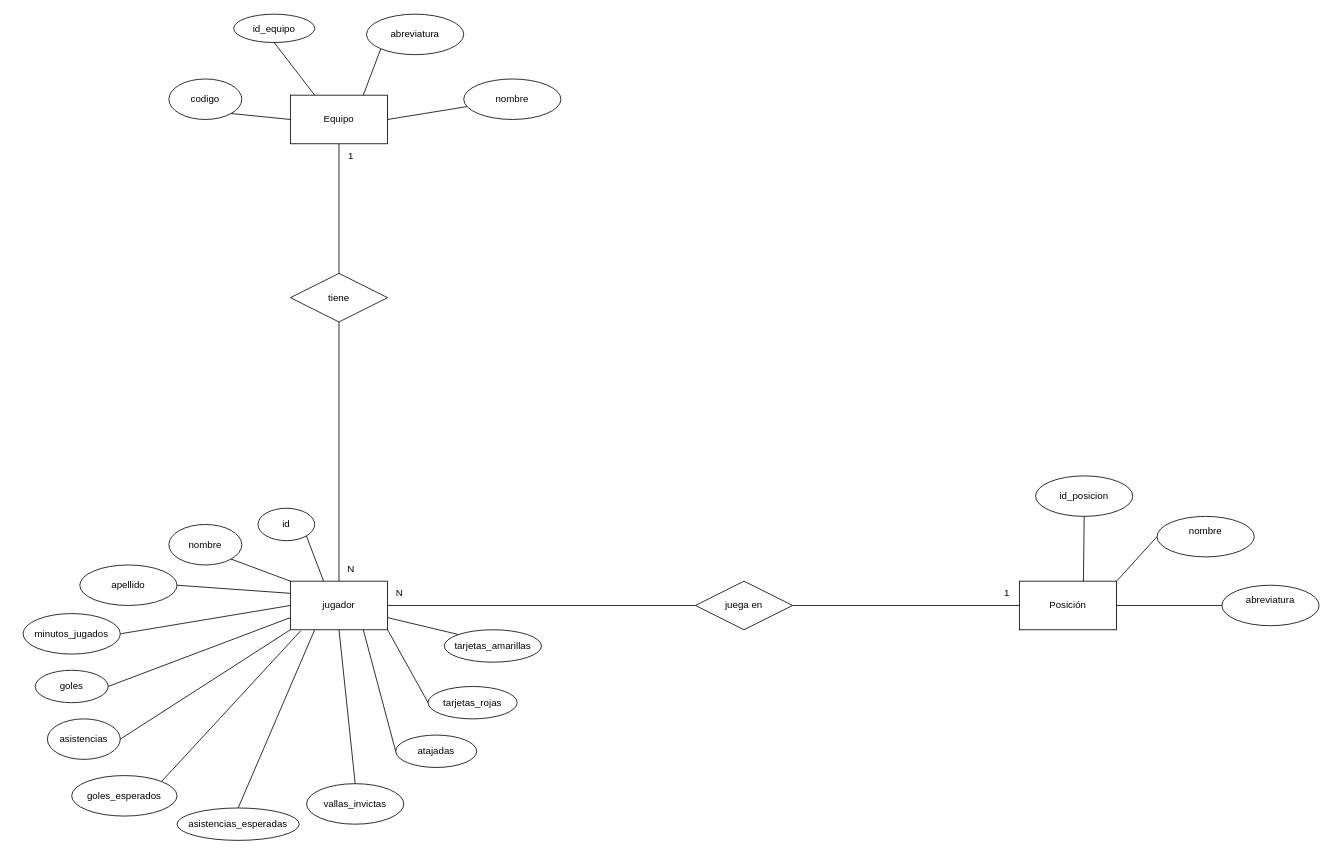
NachoParedes/premier-league-analytics keeps this draw.io diagram as design/mer-premier-league-analytics.drawio. Above is the earlier version. Source tidied: cells renumbered, new cells numbered last; positions are measured from the earlier drawing's top-left corner, leaving out a move shared by most shapes. Both pictures are drawn from the tidied source at 81%, with x=0, y=0 at pixel (23, 14).
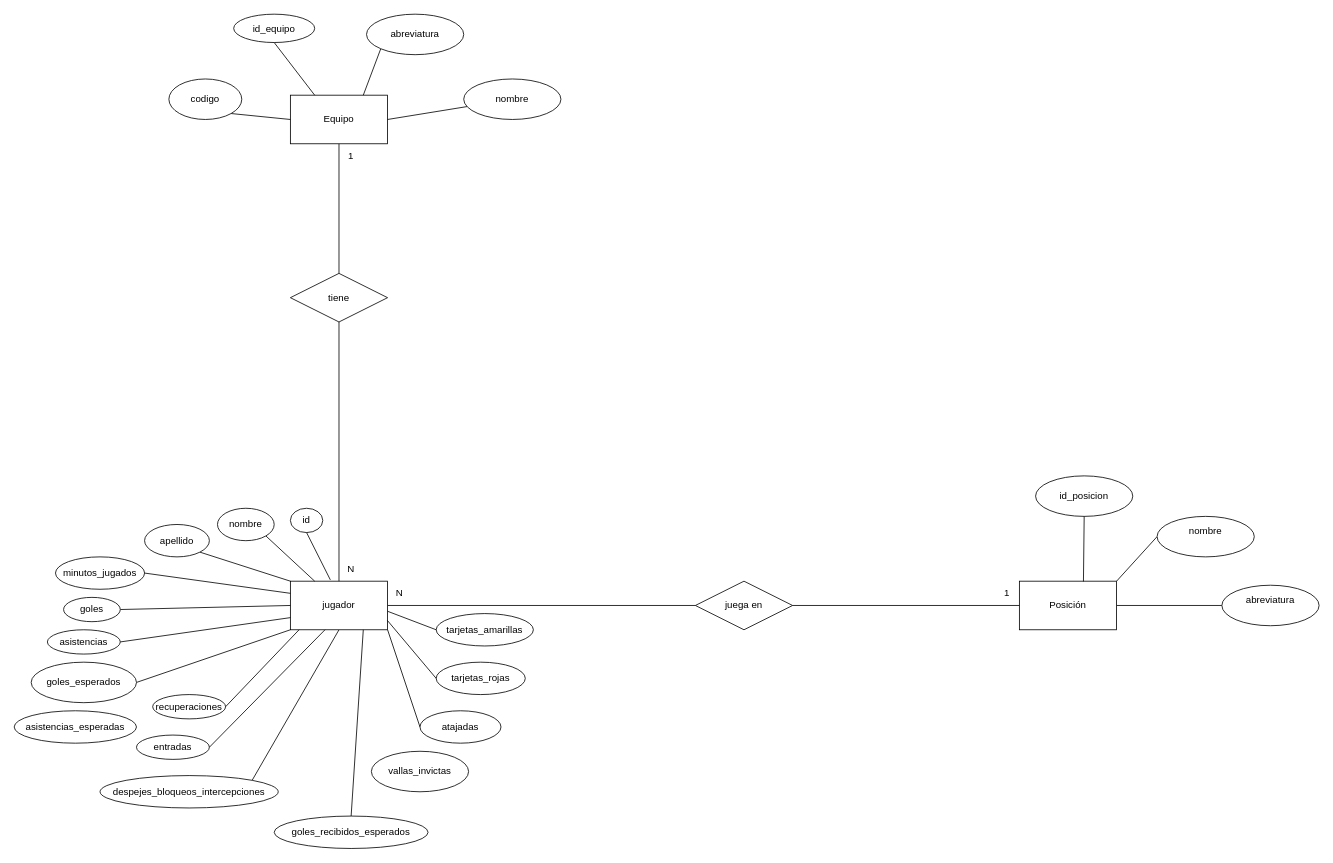
Above is the later version.

The change refers to these unchanged cells:
```xml
<mxCell id="6" value="jugador" style="rounded=0;whiteSpace=wrap;html=1;" parent="1" vertex="1">
  <mxGeometry x="330" y="700" width="120" height="60" as="geometry" />
</mxCell>
```

Change to the diagram source:
```diff
@@
-    <mxCell id="4" style="rounded=0;jettySize=auto;html=1;exitX=0.25;exitY=1;exitDx=0;exitDy=0;entryX=0.5;entryY=0;entryDx=0;entryDy=0;endArrow=none;endFill=0;" parent="1" edge="1" source="6" target="40">
-      <mxGeometry relative="1" as="geometry" />
-    </mxCell>
@@
+    <mxCell id="53" style="rounded=0;jettySize=auto;html=1;exitX=0.5;exitY=1;exitDx=0;exitDy=0;entryX=1;entryY=0;entryDx=0;entryDy=0;endArrow=none;endFill=0;" parent="1" edge="1" source="6" target="56">
+      <mxGeometry relative="1" as="geometry" />
+    </mxCell>
@@
     <mxCell id="28" value="id" style="ellipse;whiteSpace=wrap;html=1;shapeInside=1;" parent="1" vertex="1">
-      <mxGeometry x="290" y="610" width="70" height="40" as="geometry" />
+      <mxGeometry x="330" y="610" width="40" height="30" as="geometry" />
     </mxCell>
-    <mxCell id="29" style="rounded=0;jettySize=auto;html=1;exitX=1;exitY=1;exitDx=0;exitDy=0;entryX=0;entryY=0;entryDx=0;entryDy=0;endArrow=none;endFill=0;" parent="1" edge="1" source="30" target="6">
+    <mxCell id="29" style="rounded=0;jettySize=auto;html=1;exitX=1;exitY=1;exitDx=0;exitDy=0;entryX=0.25;entryY=0;entryDx=0;entryDy=0;endArrow=none;endFill=0;" parent="1" edge="1" source="30" target="6">
       <mxGeometry relative="1" as="geometry" />
     </mxCell>
     <mxCell id="30" value="nombre" style="ellipse;whiteSpace=wrap;html=1;shapeInside=1;" parent="1" vertex="1">
-      <mxGeometry x="180" y="630" width="90" height="50" as="geometry" />
+      <mxGeometry x="240" y="610" width="70" height="40" as="geometry" />
     </mxCell>
-    <mxCell id="31" style="rounded=0;jettySize=auto;html=1;exitX=1;exitY=0.5;exitDx=0;exitDy=0;entryX=0;entryY=0.75;entryDx=0;entryDy=0;endArrow=none;endFill=0;" parent="1" edge="1" source="32" target="6">
+    <mxCell id="31" style="rounded=0;jettySize=auto;html=1;exitX=1;exitY=0.5;exitDx=0;exitDy=0;entryX=0;entryY=0.5;entryDx=0;entryDy=0;endArrow=none;endFill=0;" parent="1" edge="1" source="32" target="6">
       <mxGeometry relative="1" as="geometry" />
     </mxCell>
     <mxCell id="32" value="goles" style="ellipse;whiteSpace=wrap;html=1;shapeInside=1;" parent="1" vertex="1">
-      <mxGeometry x="15" y="810" width="90" height="40" as="geometry" />
+      <mxGeometry x="50" y="720" width="70" height="30" as="geometry" />
     </mxCell>
-    <mxCell id="33" style="rounded=0;jettySize=auto;html=1;exitX=1;exitY=0.5;exitDx=0;exitDy=0;entryX=0;entryY=1;entryDx=0;entryDy=0;endArrow=none;endFill=0;" parent="1" edge="1" source="34" target="6">
+    <mxCell id="33" style="rounded=0;jettySize=auto;html=1;exitX=1;exitY=0.5;exitDx=0;exitDy=0;entryX=0;entryY=0.75;entryDx=0;entryDy=0;endArrow=none;endFill=0;" parent="1" edge="1" source="34" target="6">
       <mxGeometry relative="1" as="geometry" />
     </mxCell>
     <mxCell id="34" value="asistencias" style="ellipse;whiteSpace=wrap;html=1;shapeInside=1;" parent="1" vertex="1">
-      <mxGeometry x="30" y="870" width="90" height="50" as="geometry" />
+      <mxGeometry x="30" y="760" width="90" height="30" as="geometry" />
     </mxCell>
+    <mxCell id="50" style="rounded=0;jettySize=auto;html=1;exitX=1;exitY=0.5;exitDx=0;exitDy=0;entryX=0;entryY=1;entryDx=0;entryDy=0;endArrow=none;endFill=0;" parent="1" edge="1" source="35" target="6">
+      <mxGeometry relative="1" as="geometry" />
+    </mxCell>
     <mxCell id="35" value="goles_esperados" style="ellipse;whiteSpace=wrap;html=1;shapeInside=1;" parent="1" vertex="1">
-      <mxGeometry x="60" y="940" width="130" height="50" as="geometry" />
+      <mxGeometry x="10" y="800" width="130" height="50" as="geometry" />
     </mxCell>
-    <mxCell id="36" style="rounded=0;jettySize=auto;html=1;exitX=0;exitY=0;exitDx=0;exitDy=0;entryX=1;entryY=0.75;entryDx=0;entryDy=0;endArrow=none;endFill=0;" parent="1" edge="1" source="37" target="6">
-      <mxGeometry relative="1" as="geometry" />
-    </mxCell>
     <mxCell id="37" value="&lt;div&gt;tarjetas_amarillas&lt;/div&gt;" style="ellipse;whiteSpace=wrap;html=1;shapeInside=1;" parent="1" vertex="1">
-      <mxGeometry x="520" y="760" width="120" height="40" as="geometry" />
+      <mxGeometry x="510" y="740" width="120" height="40" as="geometry" />
     </mxCell>
-    <mxCell id="38" style="rounded=0;jettySize=auto;html=1;exitX=0;exitY=0.5;exitDx=0;exitDy=0;entryX=1;entryY=1;entryDx=0;entryDy=0;endArrow=none;endFill=0;" parent="1" edge="1" source="39" target="6">
-      <mxGeometry relative="1" as="geometry" />
-    </mxCell>
     <mxCell id="39" value="tarjetas_rojas" style="ellipse;whiteSpace=wrap;html=1;shapeInside=1;" parent="1" vertex="1">
-      <mxGeometry x="500" y="830" width="110" height="40" as="geometry" />
+      <mxGeometry x="510" y="800" width="110" height="40" as="geometry" />
     </mxCell>
     <mxCell id="40" value="asistencias_esperadas" style="ellipse;whiteSpace=wrap;html=1;shapeInside=1;" parent="1" vertex="1">
-      <mxGeometry x="190" y="980" width="151" height="40" as="geometry" />
+      <mxGeometry x="-11" y="860" width="151" height="40" as="geometry" />
     </mxCell>
-    <mxCell id="41" style="rounded=0;jettySize=auto;html=1;exitX=0.5;exitY=0;exitDx=0;exitDy=0;entryX=0.5;entryY=1;entryDx=0;entryDy=0;endArrow=none;endFill=0;" parent="1" edge="1" source="42" target="6">
-      <mxGeometry relative="1" as="geometry" />
-    </mxCell>
     <mxCell id="42" value="vallas_invictas" style="ellipse;whiteSpace=wrap;html=1;shapeInside=1;" parent="1" vertex="1">
-      <mxGeometry x="350" y="950" width="120" height="50" as="geometry" />
+      <mxGeometry x="430" y="910" width="120" height="50" as="geometry" />
     </mxCell>
-    <mxCell id="43" style="rounded=0;jettySize=auto;html=1;exitX=0;exitY=0.5;exitDx=0;exitDy=0;entryX=0.75;entryY=1;entryDx=0;entryDy=0;endArrow=none;endFill=0;" parent="1" edge="1" source="44" target="6">
+    <mxCell id="43" style="rounded=0;jettySize=auto;html=1;exitX=0;exitY=0.5;exitDx=0;exitDy=0;entryX=1;entryY=1;entryDx=0;entryDy=0;endArrow=none;endFill=0;" parent="1" edge="1" source="44" target="6">
       <mxGeometry relative="1" as="geometry" />
     </mxCell>
     <mxCell id="44" value="&lt;div&gt;atajadas&lt;/div&gt;" style="ellipse;whiteSpace=wrap;html=1;shapeInside=1;" parent="1" vertex="1">
-      <mxGeometry x="460" y="890" width="100" height="40" as="geometry" />
+      <mxGeometry x="490" y="860" width="100" height="40" as="geometry" />
     </mxCell>
-    <mxCell id="45" style="rounded=0;jettySize=auto;html=1;exitX=1;exitY=0.5;exitDx=0;exitDy=0;entryX=0;entryY=0.5;entryDx=0;entryDy=0;endArrow=none;endFill=0;" parent="1" edge="1" source="46" target="6">
+    <mxCell id="45" style="rounded=0;jettySize=auto;html=1;exitX=1;exitY=0.5;exitDx=0;exitDy=0;entryX=0;entryY=0.25;entryDx=0;entryDy=0;endArrow=none;endFill=0;" parent="1" edge="1" source="46" target="6">
       <mxGeometry relative="1" as="geometry" />
     </mxCell>
     <mxCell id="46" value="minutos_jugados" style="ellipse;whiteSpace=wrap;html=1;shapeInside=1;" parent="1" vertex="1">
-      <mxGeometry y="740" width="120" height="50" as="geometry" />
+      <mxGeometry x="40" y="670" width="110" height="40" as="geometry" />
     </mxCell>
-    <mxCell id="47" style="rounded=0;jettySize=auto;html=1;exitX=1;exitY=0.5;exitDx=0;exitDy=0;entryX=0;entryY=0.25;entryDx=0;entryDy=0;endArrow=none;endFill=0;" parent="1" edge="1" source="48" target="6">
+    <mxCell id="47" style="rounded=0;jettySize=auto;html=1;exitX=1;exitY=1;exitDx=0;exitDy=0;entryX=0;entryY=0;entryDx=0;entryDy=0;endArrow=none;endFill=0;" parent="1" edge="1" source="48" target="6">
       <mxGeometry relative="1" as="geometry" />
     </mxCell>
     <mxCell id="48" value="apellido" style="ellipse;whiteSpace=wrap;html=1;shapeInside=1;" parent="1" vertex="1">
-      <mxGeometry x="70" y="680" width="120" height="50" as="geometry" />
+      <mxGeometry x="150" y="630" width="80" height="40" as="geometry" />
     </mxCell>
-    <mxCell id="49" style="rounded=0;jettySize=auto;html=1;exitX=1;exitY=1;exitDx=0;exitDy=0;entryX=0.342;entryY=0;entryDx=0;entryDy=0;entryPerimeter=0;endArrow=none;endFill=0;" parent="1" edge="1" source="28" target="6">
-      <mxGeometry relative="1" as="geometry" />
-    </mxCell>
-    <mxCell id="50" style="rounded=0;jettySize=auto;html=1;exitX=1;exitY=0;exitDx=0;exitDy=0;entryX=0.108;entryY=1.017;entryDx=0;entryDy=0;entryPerimeter=0;endArrow=none;endFill=0;" parent="1" edge="1" source="35" target="6">
-      <mxGeometry relative="1" as="geometry" />
-    </mxCell>
@@
+    <mxCell id="54" value="recuperaciones" style="ellipse;whiteSpace=wrap;html=1;shapeInside=1;" parent="1" vertex="1">
+      <mxGeometry x="160" y="840" width="90" height="30" as="geometry" />
+    </mxCell>
+    <mxCell id="55" value="entradas" style="ellipse;whiteSpace=wrap;html=1;shapeInside=1;" parent="1" vertex="1">
+      <mxGeometry x="140" y="890" width="90" height="30" as="geometry" />
+    </mxCell>
+    <mxCell id="56" value="despejes_bloqueos_intercepciones" style="ellipse;whiteSpace=wrap;html=1;shapeInside=1;" parent="1" vertex="1">
+      <mxGeometry x="95" y="940" width="220" height="40" as="geometry" />
+    </mxCell>
+    <mxCell id="57" style="rounded=0;jettySize=auto;html=1;exitX=0.5;exitY=0;exitDx=0;exitDy=0;entryX=0.75;entryY=1;entryDx=0;entryDy=0;endArrow=none;endFill=0;" parent="1" edge="1" source="58" target="6">
+      <mxGeometry relative="1" as="geometry" />
+    </mxCell>
+    <mxCell id="58" value="goles_recibidos_esperados" style="ellipse;whiteSpace=wrap;html=1;shapeInside=1;" parent="1" vertex="1">
+      <mxGeometry x="310" y="990" width="190" height="40" as="geometry" />
+    </mxCell>
+    <mxCell id="49" style="rounded=0;jettySize=auto;html=1;exitX=0.5;exitY=1;exitDx=0;exitDy=0;entryX=0.411;entryY=-0.027;entryDx=0;entryDy=0;entryPerimeter=0;endArrow=none;endFill=0;" parent="1" edge="1" source="28" target="6">
+      <mxGeometry relative="1" as="geometry" />
+    </mxCell>
+    <mxCell id="36" style="rounded=0;jettySize=auto;html=1;exitX=0;exitY=0.5;exitDx=0;exitDy=0;entryX=1.002;entryY=0.621;entryDx=0;entryDy=0;entryPerimeter=0;endArrow=none;endFill=0;" parent="1" edge="1" source="37" target="6">
+      <mxGeometry relative="1" as="geometry" />
+    </mxCell>
+    <mxCell id="38" style="rounded=0;jettySize=auto;html=1;exitX=0;exitY=0.5;exitDx=0;exitDy=0;entryX=0.998;entryY=0.808;entryDx=0;entryDy=0;entryPerimeter=0;endArrow=none;endFill=0;" parent="1" edge="1" source="39" target="6">
+      <mxGeometry relative="1" as="geometry" />
+    </mxCell>
+    <mxCell id="59" style="rounded=0;jettySize=auto;html=1;exitX=1;exitY=0.5;exitDx=0;exitDy=0;endArrow=none;endFill=0;entryX=0.089;entryY=1.001;entryDx=0;entryDy=0;entryPerimeter=0;" parent="1" edge="1" source="54" target="6">
+      <mxGeometry relative="1" as="geometry" />
+    </mxCell>
+    <mxCell id="60" style="rounded=0;jettySize=auto;html=1;exitX=1;exitY=0.5;exitDx=0;exitDy=0;entryX=0.356;entryY=1;entryDx=0;entryDy=0;entryPerimeter=0;endArrow=none;endFill=0;" parent="1" edge="1" source="55" target="6">
+      <mxGeometry relative="1" as="geometry" />
+    </mxCell>
```
